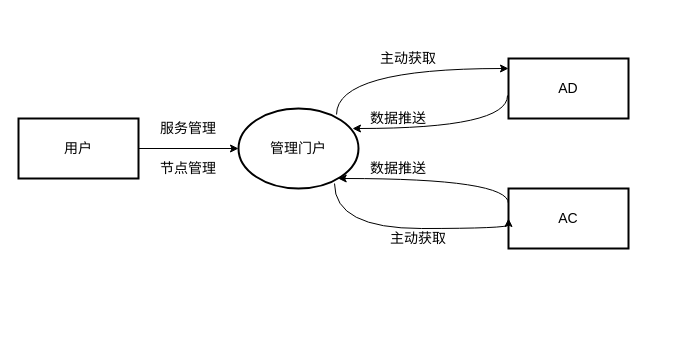
The draw.io diagram page "顶级数据流图" (4 of 9) of img/事务.drawio in helemile/helemile, before the edit. Source tidied: cells renumbered, new cells numbered last; positions are measured from the earlier drawing's top-left corner, leaving out a move shared by most shapes. Both pictures are drawn from the tidied source at 100%, with x=0, y=0 at pixel (18, 48).
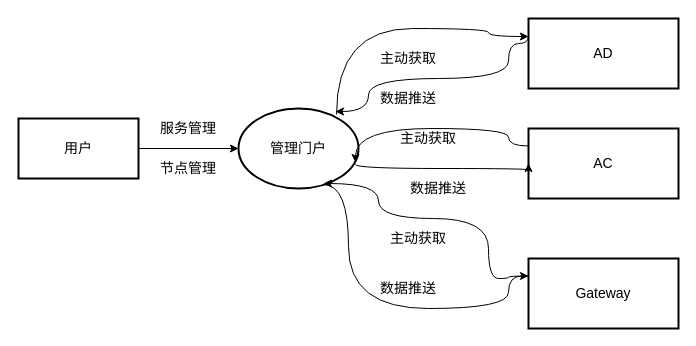
After the change.

Unchanged cells that the change refers to:
```xml
<mxCell id="5" value="管理门户" style="ellipse;whiteSpace=wrap;html=1;rounded=1;strokeWidth=2;fontSize=14;" parent="1" vertex="1">
  <mxGeometry x="220" y="60" width="120" height="80" as="geometry" />
</mxCell>
```

Change to the diagram source:
```diff
@@
-    <mxCell id="4" style="edgeStyle=orthogonalEdgeStyle;rounded=0;jettySize=auto;html=1;fontSize=14;curved=1;exitX=0.817;exitY=0.075;exitDx=0;exitDy=0;exitPerimeter=0;" parent="1" edge="1" source="5" target="6">
+    <mxCell id="4" style="edgeStyle=orthogonalEdgeStyle;rounded=0;jettySize=auto;html=1;fontSize=14;curved=1;exitX=0.817;exitY=0.075;exitDx=0;exitDy=0;exitPerimeter=0;" parent="1" edge="1" source="5">
       <mxGeometry relative="1" as="geometry">
+        <mxPoint x="510" y="-12" as="targetPoint" />
         <Array as="points">
-          <mxPoint x="318" y="20" />
+          <mxPoint x="318" y="-20" />
+          <mxPoint x="470" y="-20" />
+          <mxPoint x="470" y="-12" />
         </Array>
       </mxGeometry>
     </mxCell>
@@
     <mxCell id="6" value="AD" style="rounded=0;whiteSpace=wrap;html=1;strokeWidth=2;fontSize=14;" parent="1" vertex="1">
-      <mxGeometry x="490" y="10" width="120" height="60" as="geometry" />
+      <mxGeometry x="510" y="-30" width="150" height="70" as="geometry" />
     </mxCell>
     <mxCell id="7" value="AC" style="rounded=0;whiteSpace=wrap;html=1;strokeWidth=2;fontSize=14;" parent="1" vertex="1">
-      <mxGeometry x="490" y="140" width="120" height="60" as="geometry" />
+      <mxGeometry x="510" y="80" width="150" height="70" as="geometry" />
     </mxCell>
-    <mxCell id="8" style="edgeStyle=orthogonalEdgeStyle;rounded=0;jettySize=auto;html=1;fontSize=14;curved=1;exitX=0.8;exitY=0.938;exitDx=0;exitDy=0;exitPerimeter=0;entryX=0;entryY=0.5;entryDx=0;entryDy=0;" parent="1" edge="1" source="5" target="7">
+    <mxCell id="8" style="edgeStyle=orthogonalEdgeStyle;rounded=0;jettySize=auto;html=1;fontSize=14;curved=1;exitX=0.975;exitY=0.7;exitDx=0;exitDy=0;exitPerimeter=0;entryX=0;entryY=0.5;entryDx=0;entryDy=0;" parent="1" edge="1" source="5" target="7">
       <mxGeometry relative="1" as="geometry">
         <Array as="points">
-          <mxPoint x="316" y="180" />
-          <mxPoint x="490" y="180" />
+          <mxPoint x="337" y="120" />
         </Array>
       </mxGeometry>
     </mxCell>
-    <mxCell id="9" style="edgeStyle=orthogonalEdgeStyle;rounded=0;jettySize=auto;html=1;fontSize=14;curved=1;exitX=-0.008;exitY=0.617;exitDx=0;exitDy=0;exitPerimeter=0;entryX=0.95;entryY=0.25;entryDx=0;entryDy=0;entryPerimeter=0;" parent="1" edge="1" source="6" target="5">
+    <mxCell id="9" style="edgeStyle=orthogonalEdgeStyle;rounded=0;jettySize=auto;html=1;fontSize=14;curved=1;entryX=0.808;entryY=0.038;entryDx=0;entryDy=0;entryPerimeter=0;exitX=0;exitY=0.25;exitDx=0;exitDy=0;" parent="1" edge="1" source="6" target="5">
       <mxGeometry relative="1" as="geometry">
         <Array as="points">
-          <mxPoint x="489" y="80" />
+          <mxPoint x="510" y="-5" />
+          <mxPoint x="490" y="-5" />
+          <mxPoint x="490" y="30" />
+          <mxPoint x="350" y="30" />
+          <mxPoint x="350" y="63" />
         </Array>
       </mxGeometry>
     </mxCell>
-    <mxCell id="10" style="edgeStyle=orthogonalEdgeStyle;rounded=0;jettySize=auto;html=1;fontSize=14;curved=1;exitX=0;exitY=0.25;exitDx=0;exitDy=0;" parent="1" edge="1" source="7" target="5">
+    <mxCell id="10" style="edgeStyle=orthogonalEdgeStyle;rounded=0;jettySize=auto;html=1;fontSize=14;curved=1;exitX=0;exitY=0.25;exitDx=0;exitDy=0;entryX=0.975;entryY=0.675;entryDx=0;entryDy=0;entryPerimeter=0;" parent="1" edge="1" source="7" target="5">
       <mxGeometry relative="1" as="geometry">
         <Array as="points">
-          <mxPoint x="490" y="130" />
+          <mxPoint x="490" y="80" />
+          <mxPoint x="337" y="80" />
         </Array>
       </mxGeometry>
     </mxCell>
@@
     <mxCell id="15" value="数据推送" style="text;html=1;strokeColor=none;fillColor=none;align=center;verticalAlign=middle;whiteSpace=wrap;rounded=0;fontSize=14;" parent="1" vertex="1">
-      <mxGeometry x="350" y="110" width="60" height="20" as="geometry" />
+      <mxGeometry x="390" y="130" width="60" height="20" as="geometry" />
     </mxCell>
     <mxCell id="16" value="数据推送" style="text;html=1;strokeColor=none;fillColor=none;align=center;verticalAlign=middle;whiteSpace=wrap;rounded=0;fontSize=14;" parent="1" vertex="1">
-      <mxGeometry x="350" y="60" width="60" height="20" as="geometry" />
+      <mxGeometry x="360" y="40" width="60" height="20" as="geometry" />
     </mxCell>
+    <mxCell id="17" value="Gateway" style="rounded=0;whiteSpace=wrap;html=1;strokeWidth=2;fontSize=14;" parent="1" vertex="1">
+      <mxGeometry x="510" y="210" width="150" height="70" as="geometry" />
+    </mxCell>
+    <mxCell id="18" style="edgeStyle=orthogonalEdgeStyle;rounded=0;jettySize=auto;html=1;fontSize=14;curved=1;entryX=0.708;entryY=0.938;entryDx=0;entryDy=0;entryPerimeter=0;exitX=0;exitY=0.25;exitDx=0;exitDy=0;" parent="1" edge="1" source="17" target="5">
+      <mxGeometry relative="1" as="geometry">
+        <Array as="points">
+          <mxPoint x="490" y="230" />
+          <mxPoint x="470" y="230" />
+          <mxPoint x="470" y="170" />
+          <mxPoint x="360" y="170" />
+          <mxPoint x="360" y="135" />
+        </Array>
+      </mxGeometry>
+    </mxCell>
+    <mxCell id="19" style="edgeStyle=orthogonalEdgeStyle;rounded=0;jettySize=auto;html=1;fontSize=14;curved=1;exitX=0.708;exitY=0.95;exitDx=0;exitDy=0;exitPerimeter=0;entryX=0;entryY=0.25;entryDx=0;entryDy=0;" parent="1" edge="1" source="5" target="17">
+      <mxGeometry relative="1" as="geometry">
+        <Array as="points">
+          <mxPoint x="330" y="136" />
+          <mxPoint x="330" y="260" />
+          <mxPoint x="490" y="260" />
+          <mxPoint x="490" y="228" />
+        </Array>
+      </mxGeometry>
+    </mxCell>
+    <mxCell id="20" value="主动获取" style="text;html=1;strokeColor=none;fillColor=none;align=center;verticalAlign=middle;whiteSpace=wrap;rounded=0;fontSize=14;" parent="1" vertex="1">
+      <mxGeometry x="380" y="80" width="60" height="20" as="geometry" />
+    </mxCell>
+    <mxCell id="21" value="数据推送" style="text;html=1;strokeColor=none;fillColor=none;align=center;verticalAlign=middle;whiteSpace=wrap;rounded=0;fontSize=14;" parent="1" vertex="1">
+      <mxGeometry x="360" y="230" width="60" height="20" as="geometry" />
+    </mxCell>
```
